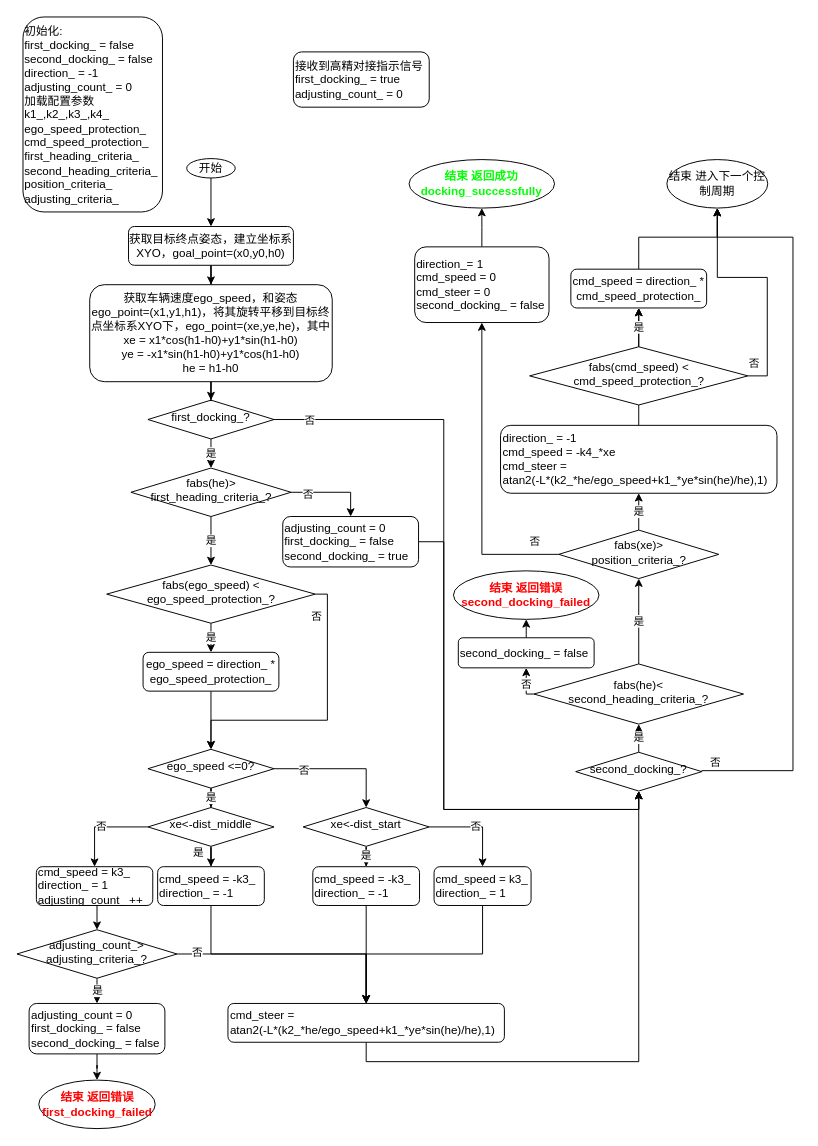
The draw.io diagram page "flowchart" (1 of 2) of precise_docking.drawio in Thousandsuny/Learning, before the edit. Source tidied: cells renumbered, new cells numbered last; positions are measured from the earlier drawing's top-left corner, leaving out a move shared by most shapes. Both pictures are drawn from the tidied source at 97%, with x=0, y=0 at pixel (16, 16).
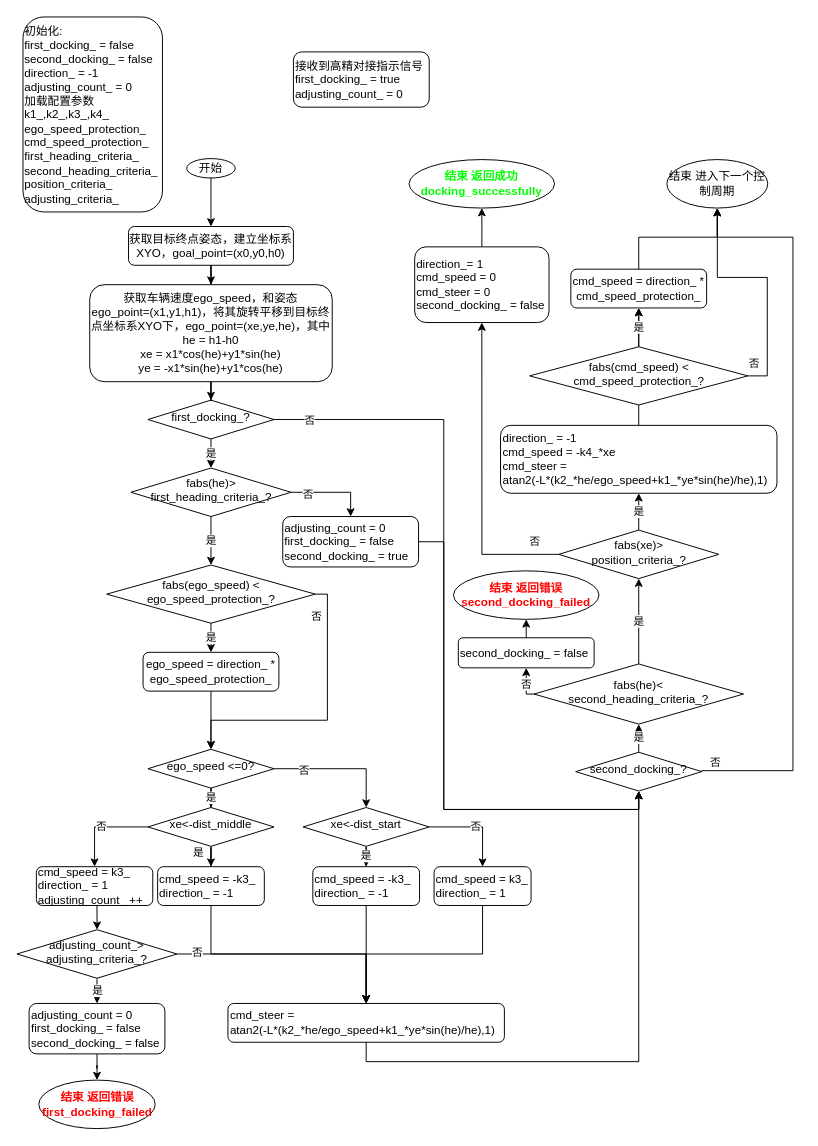
The same page after the edit.

What changed in the source:
```diff
@@
-    <mxCell id="10" value="获取车辆速度ego_speed，和姿态&lt;br&gt;ego_point=(x1,y1,h1)，将其旋转平移到目标终点坐标系XYO下，ego_point=(xe,ye,he)，其中&lt;br&gt;xe = x1*cos(h1-h0)+y1*sin(h1-h0)&lt;br&gt;ye = -x1*sin(h1-h0)+y1*cos(h1-h0)&lt;br&gt;he = h1-h0" style="rounded=1;whiteSpace=wrap;html=1;fontSize=12;glass=0;strokeWidth=1;shadow=0;" parent="1" vertex="1">
+    <mxCell id="10" value="获取车辆速度ego_speed，和姿态&lt;br&gt;ego_point=(x1,y1,h1)，将其旋转平移到目标终点坐标系XYO下，ego_point=(xe,ye,he)，其中&lt;br&gt;he = h1-h0&lt;br&gt;xe = x1*cos(he)+y1*sin(he)&lt;br&gt;ye = -x1*sin(he)+y1*cos(he)" style="rounded=1;whiteSpace=wrap;html=1;fontSize=12;glass=0;strokeWidth=1;shadow=0;" parent="1" vertex="1">
       <mxGeometry x="75" y="276" width="250" height="100" as="geometry" />
     </mxCell>
```
